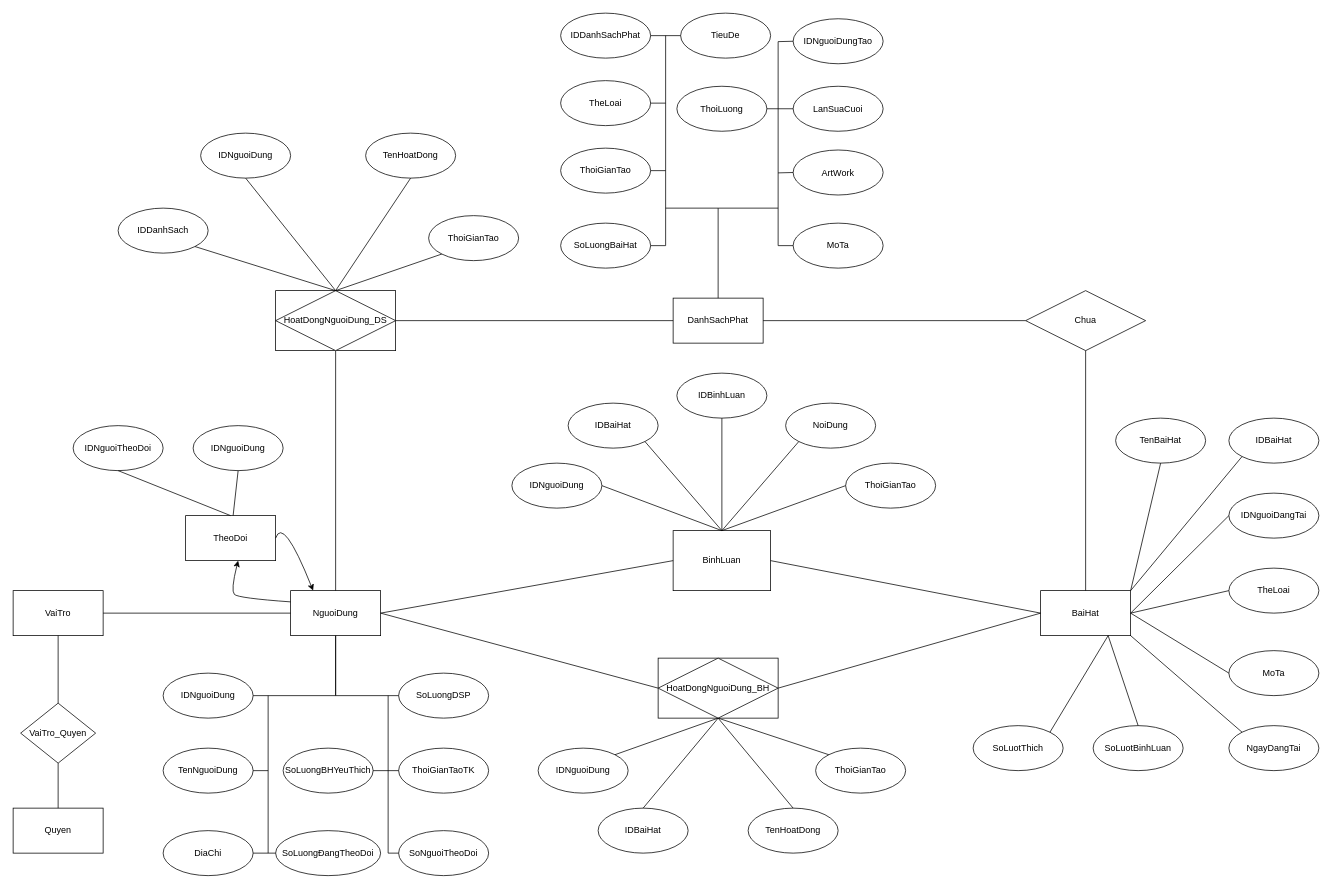
The draw.io diagram ERD.drawio in duyhelloworld/webnangcao, before the edit. Source tidied: cells renumbered, new cells numbered last; positions are measured from the earlier drawing's top-left corner, leaving out a move shared by most shapes. Both pictures are drawn from the tidied source at 75%, with x=0, y=0 at pixel (13, 13).
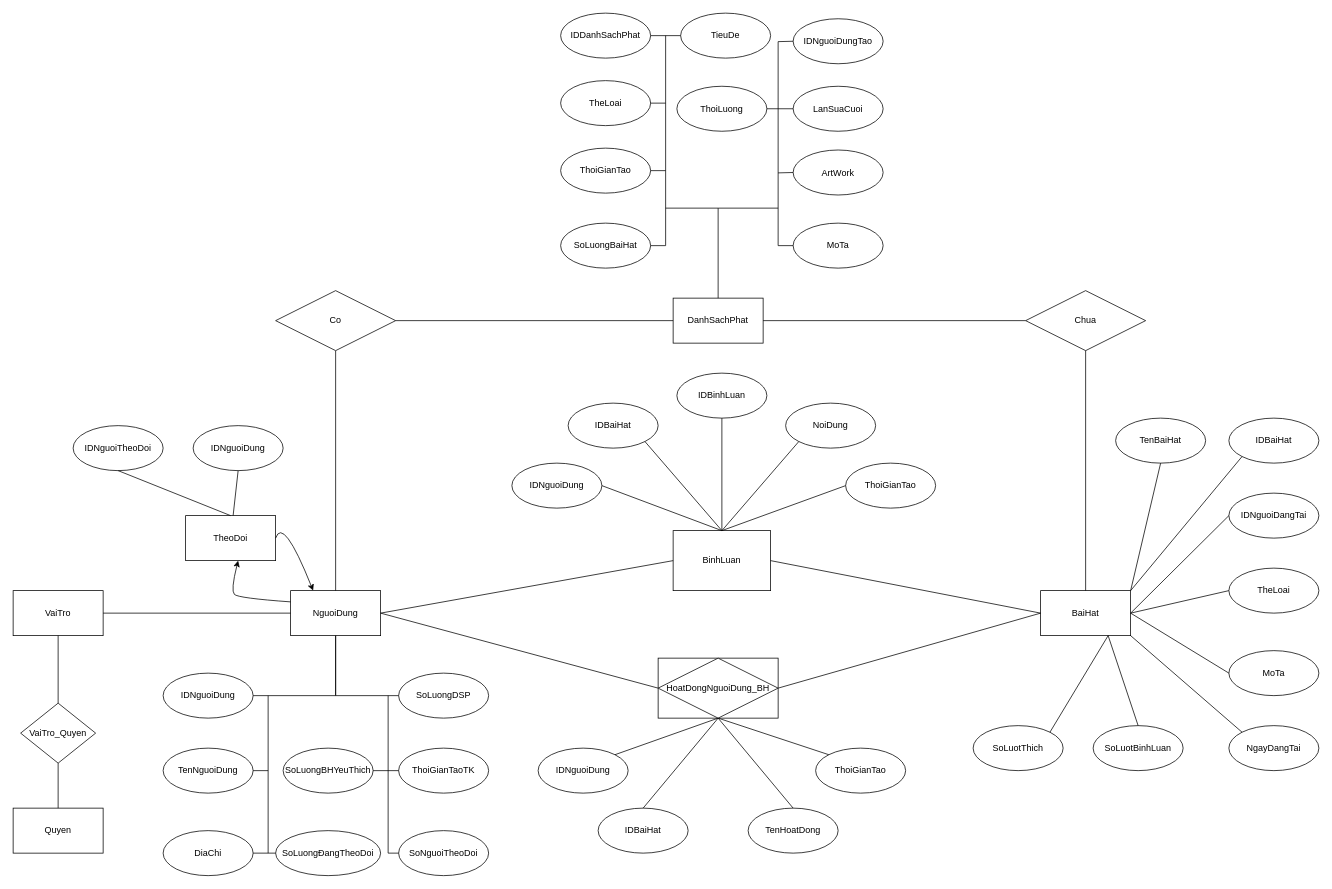
The same page after the edit.

Diff of the diagram source:
```diff
@@
-    <mxCell id="14" style="whiteSpace=wrap;html=1;" parent="1" vertex="1">
-      <mxGeometry x="350" y="370" width="160" height="80" as="geometry" />
-    </mxCell>
-    <mxCell id="15" value="HoatDongNguoiDung_DS" style="rhombus;whiteSpace=wrap;html=1;" parent="1" vertex="1">
+    <mxCell id="15" value="Co" style="rhombus;whiteSpace=wrap;html=1;" parent="1" vertex="1">
       <mxGeometry x="350" y="370" width="160" height="80" as="geometry" />
     </mxCell>
@@
-    <mxCell id="34" value="TenHoatDong" style="ellipse;whiteSpace=wrap;html=1;direction=east;" parent="1" vertex="1">
-      <mxGeometry x="470" y="160" width="120" height="60" as="geometry" />
-    </mxCell>
-    <mxCell id="35" value="ThoiGianTao" style="ellipse;whiteSpace=wrap;html=1;direction=east;" parent="1" vertex="1">
-      <mxGeometry x="554" y="270" width="120" height="60" as="geometry" />
-    </mxCell>
-    <mxCell id="36" value="IDNguoiDung" style="ellipse;whiteSpace=wrap;html=1;direction=east;" parent="1" vertex="1">
-      <mxGeometry x="250" y="160" width="120" height="60" as="geometry" />
-    </mxCell>
-    <mxCell id="37" value="IDDanhSach" style="ellipse;whiteSpace=wrap;html=1;direction=east;" parent="1" vertex="1">
-      <mxGeometry x="140" y="260" width="120" height="60" as="geometry" />
-    </mxCell>
-    <mxCell id="38" style="endArrow=none;html=1;rounded=0;entryX=0.5;entryY=1;entryDx=0;entryDy=0;exitX=0.5;exitY=0;exitDx=0;exitDy=0;" parent="1" edge="1" source="15" target="34">
-      <mxGeometry relative="1" as="geometry" />
-    </mxCell>
-    <mxCell id="39" style="endArrow=none;html=1;rounded=0;exitX=0.5;exitY=0;exitDx=0;exitDy=0;entryX=0;entryY=1;entryDx=0;entryDy=0;" parent="1" edge="1" source="14" target="35">
-      <mxGeometry relative="1" as="geometry" />
-    </mxCell>
-    <mxCell id="40" style="endArrow=none;html=1;rounded=0;exitX=0.5;exitY=0;exitDx=0;exitDy=0;entryX=1;entryY=1;entryDx=0;entryDy=0;" parent="1" edge="1" source="15" target="37">
-      <mxGeometry relative="1" as="geometry" />
-    </mxCell>
-    <mxCell id="41" style="endArrow=none;html=1;rounded=0;exitX=0.5;exitY=0;exitDx=0;exitDy=0;entryX=0.5;entryY=1;entryDx=0;entryDy=0;" parent="1" edge="1" source="15" target="36">
-      <mxGeometry relative="1" as="geometry" />
-    </mxCell>
```
